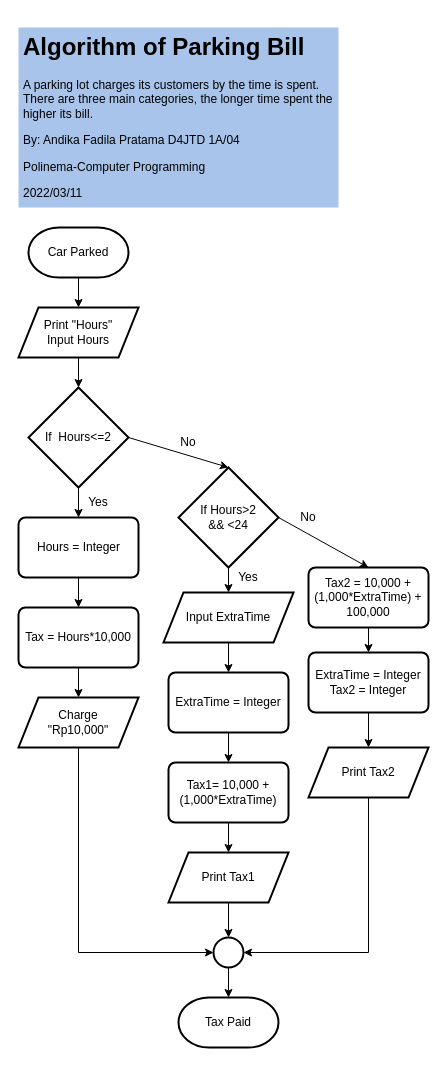
The draw.io diagram Parking Tax.drawio in troders34/troders34, before the edit. Source tidied: cells renumbered, new cells numbered last; positions are measured from the earlier drawing's top-left corner, leaving out a move shared by most shapes. Both pictures are drawn from the tidied source at 100%, with x=0, y=0 at pixel (18, 27).
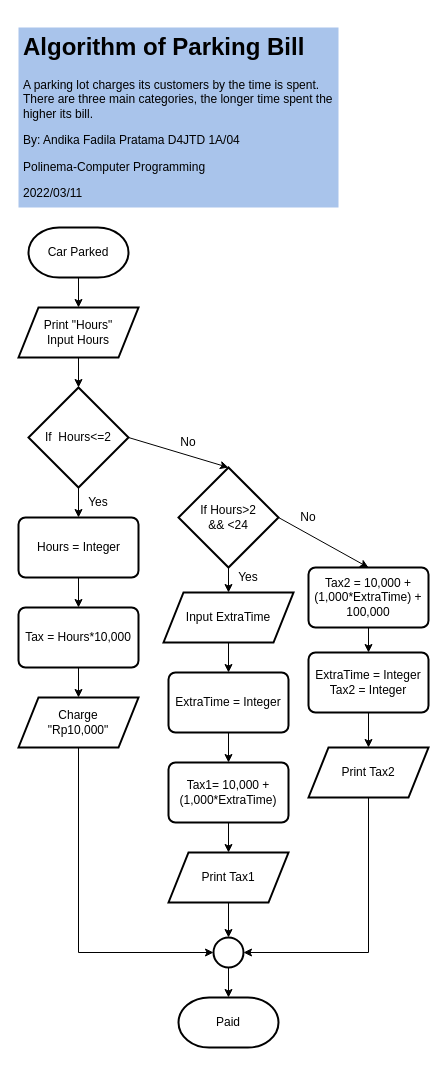
After the change.

Diff of the diagram source:
```diff
@@
-    <mxCell id="52" value="Tax Paid" style="text;html=1;strokeColor=none;fillColor=none;align=center;verticalAlign=middle;whiteSpace=wrap;rounded=0;" parent="1" vertex="1">
+    <mxCell id="52" value="Paid" style="text;html=1;strokeColor=none;fillColor=none;align=center;verticalAlign=middle;whiteSpace=wrap;rounded=0;" parent="1" vertex="1">
       <mxGeometry x="180" y="980" width="60" height="30" as="geometry" />
     </mxCell>
```
